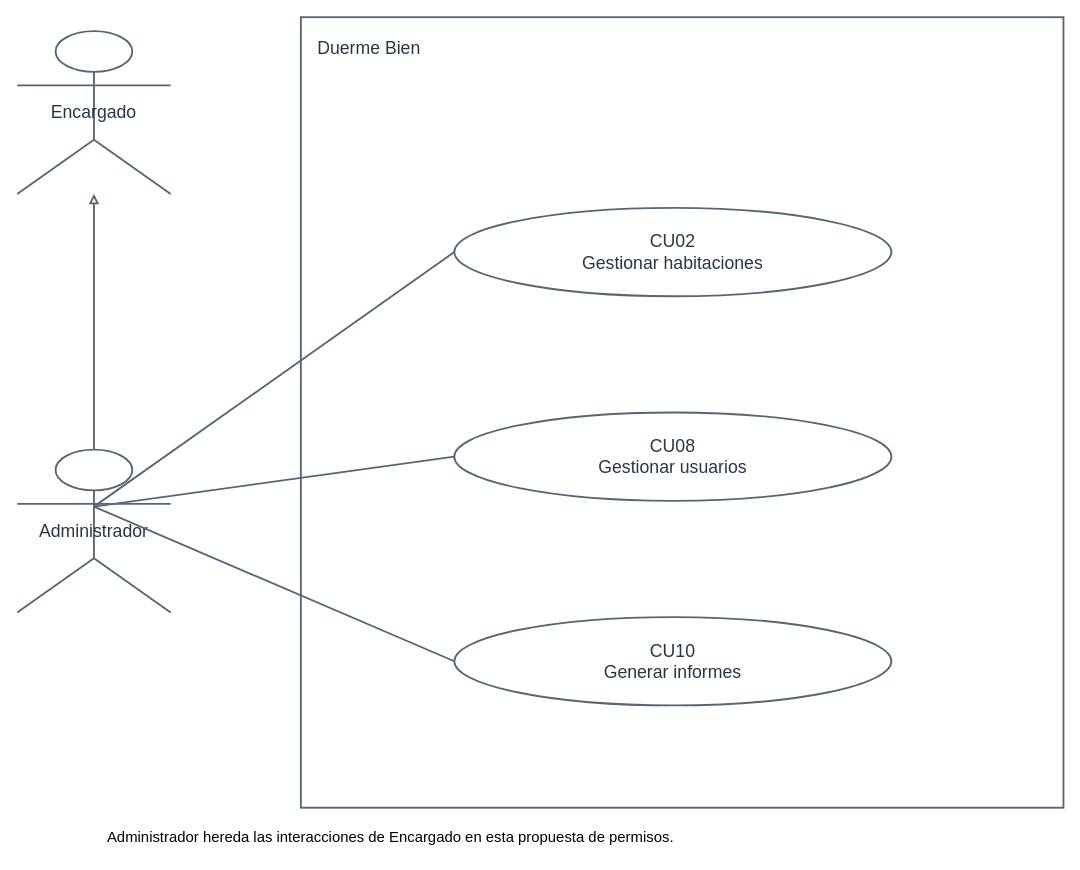
Earlier version of the draw.io diagram diagramas-editables/casos-de-uso-administracion.drawio (Yutre3/hotel-duerme-bien). Source tidied: cells renumbered, new cells numbered last; positions are measured from the earlier drawing's top-left corner, leaving out a move shared by most shapes. Both pictures are drawn from the tidied source at 93%, with x=0, y=0 at pixel (17, 17).
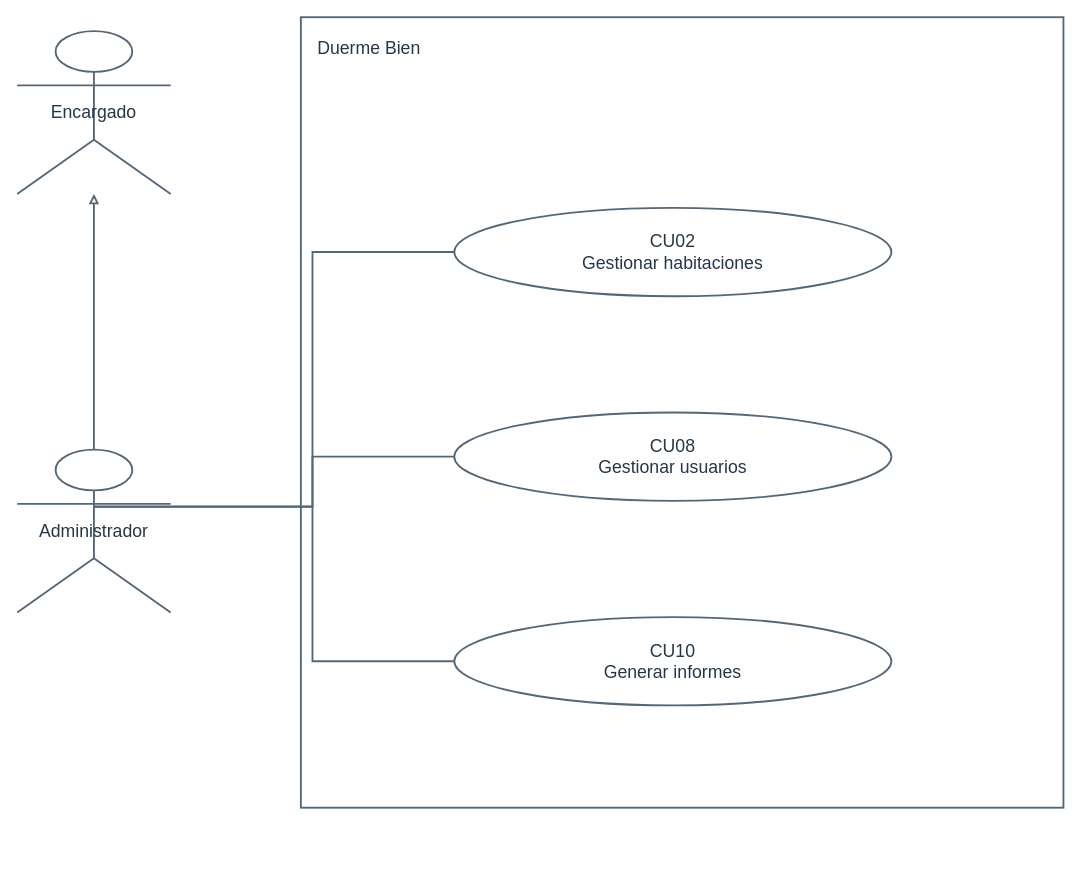
Above is the later version.

Change to the diagram source:
```diff
@@
 <mxGraphModel>
   <root>
     <mxCell id="0" />
     <mxCell id="1" parent="0" />
     <mxCell id="2" value="Duerme Bien" style="rounded=0;verticalAlign=top;align=left;spacing=18;html=0;whiteSpace=wrap;strokeColor=#546778;strokeWidth=2;fillColor=#ffffff;fontColor=#253747;fontSize=19;" parent="1" vertex="1">
       <mxGeometry x="305" width="820" height="850" as="geometry" />
     </mxCell>
     <mxCell id="3" value="Encargado" style="shape=umlActor;html=0;whiteSpace=wrap;strokeColor=#546778;strokeWidth=2;fillColor=#ffffff;fontColor=#253747;fontSize=19;" parent="1" vertex="1">
       <mxGeometry y="15" width="165" height="175" as="geometry" />
     </mxCell>
     <mxCell id="4" value="Administrador" style="shape=umlActor;html=0;whiteSpace=wrap;strokeColor=#546778;strokeWidth=2;fillColor=#ffffff;fontColor=#253747;fontSize=19;" parent="1" vertex="1">
       <mxGeometry y="465" width="165" height="175" as="geometry" />
     </mxCell>
     <mxCell id="5" value="CU02&#10;Gestionar habitaciones" style="ellipse;html=0;whiteSpace=wrap;strokeColor=#546778;strokeWidth=2;fillColor=#ffffff;fontColor=#253747;fontSize=19;" parent="1" vertex="1">
       <mxGeometry x="470" y="205" width="470" height="95" as="geometry" />
     </mxCell>
     <mxCell id="6" value="CU08&#10;Gestionar usuarios" style="ellipse;html=0;whiteSpace=wrap;strokeColor=#546778;strokeWidth=2;fillColor=#ffffff;fontColor=#253747;fontSize=19;" parent="1" vertex="1">
       <mxGeometry x="470" y="425" width="470" height="95" as="geometry" />
     </mxCell>
     <mxCell id="7" value="CU10&#10;Generar informes" style="ellipse;html=0;whiteSpace=wrap;strokeColor=#546778;strokeWidth=2;fillColor=#ffffff;fontColor=#253747;fontSize=19;" parent="1" vertex="1">
       <mxGeometry x="470" y="645" width="470" height="95" as="geometry" />
     </mxCell>
-    <mxCell id="8" style="html=0;edgeStyle=none;rounded=0;strokeWidth=2;strokeColor=#546778;fontSize=16;endArrow=block;endFill=0;startArrow=none;startFill=0;exitX=0.5;exitY=0;exitPerimeter=0;entryX=0.5;entryY=1;entryPerimeter=0;" parent="1" edge="1" source="4" target="3">
+    <mxCell id="8" style="html=0;edgeStyle=orthogonalEdgeStyle;jettySize=24;rounded=0;strokeWidth=2;strokeColor=#546778;fontSize=16;endArrow=block;endFill=0;startArrow=none;startFill=0;exitX=0.5;exitY=0;exitPerimeter=0;entryX=0.5;entryY=1;entryPerimeter=0;" parent="1" edge="1" source="4" target="3">
       <mxGeometry relative="1" as="geometry" />
     </mxCell>
-    <mxCell id="9" style="html=0;edgeStyle=none;rounded=0;strokeWidth=2;strokeColor=#546778;fontSize=16;endArrow=none;endFill=0;startArrow=none;startFill=0;exitX=0.5;exitY=0.35;exitPerimeter=0;entryX=0;entryY=0.5;entryPerimeter=0;" parent="1" edge="1" source="4" target="5">
+    <mxCell id="9" style="html=0;edgeStyle=orthogonalEdgeStyle;jettySize=24;rounded=0;strokeWidth=2;strokeColor=#546778;fontSize=16;endArrow=none;endFill=0;startArrow=none;startFill=0;exitX=0.5;exitY=0.35;exitPerimeter=0;entryX=0;entryY=0.5;entryPerimeter=0;" parent="1" edge="1" source="4" target="5">
       <mxGeometry relative="1" as="geometry" />
     </mxCell>
-    <mxCell id="10" style="html=0;edgeStyle=none;rounded=0;strokeWidth=2;strokeColor=#546778;fontSize=16;endArrow=none;endFill=0;startArrow=none;startFill=0;exitX=0.5;exitY=0.35;exitPerimeter=0;entryX=0;entryY=0.5;entryPerimeter=0;" parent="1" edge="1" source="4" target="6">
+    <mxCell id="10" style="html=0;edgeStyle=orthogonalEdgeStyle;jettySize=24;rounded=0;strokeWidth=2;strokeColor=#546778;fontSize=16;endArrow=none;endFill=0;startArrow=none;startFill=0;exitX=0.5;exitY=0.35;exitPerimeter=0;entryX=0;entryY=0.5;entryPerimeter=0;" parent="1" edge="1" source="4" target="6">
       <mxGeometry relative="1" as="geometry" />
     </mxCell>
-    <mxCell id="11" style="html=0;edgeStyle=none;rounded=0;strokeWidth=2;strokeColor=#546778;fontSize=16;endArrow=none;endFill=0;startArrow=none;startFill=0;exitX=0.5;exitY=0.35;exitPerimeter=0;entryX=0;entryY=0.5;entryPerimeter=0;" parent="1" edge="1" source="4" target="7">
+    <mxCell id="11" style="html=0;edgeStyle=orthogonalEdgeStyle;jettySize=24;rounded=0;strokeWidth=2;strokeColor=#546778;fontSize=16;endArrow=none;endFill=0;startArrow=none;startFill=0;exitX=0.5;exitY=0.35;exitPerimeter=0;entryX=0;entryY=0.5;entryPerimeter=0;" parent="1" edge="1" source="4" target="7">
       <mxGeometry relative="1" as="geometry" />
     </mxCell>
-    <mxCell id="12" value="Administrador hereda las interacciones de Encargado en esta propuesta de permisos." style="text;html=0;strokeColor=none;fillColor=none;fontSize=16;" parent="1" vertex="1">
-      <mxGeometry x="95" y="865" width="900" height="35" as="geometry" />
-    </mxCell>
   </root>
 </mxGraphModel>
```
